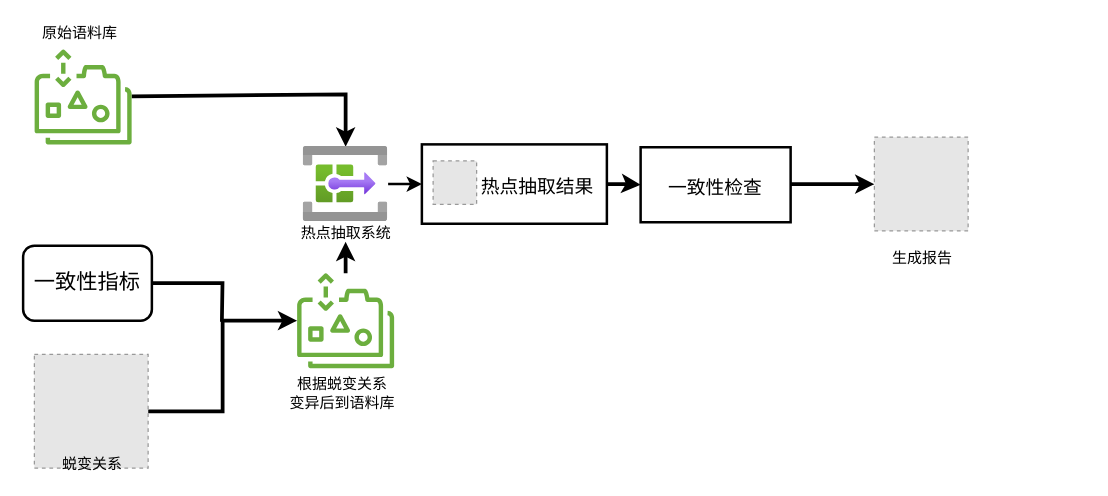
rookieLiu2018/weather keeps this draw.io diagram as Untitled Diagram.drawio. Above is the earlier version. Source tidied: cells renumbered, new cells numbered last; positions are measured from the earlier drawing's top-left corner, leaving out a move shared by most shapes. Both pictures are drawn from the tidied source at 125%, with x=0, y=0 at pixel (22, 21). Pictures stored in the file or linked from it are replaced by grey dashed boxes.
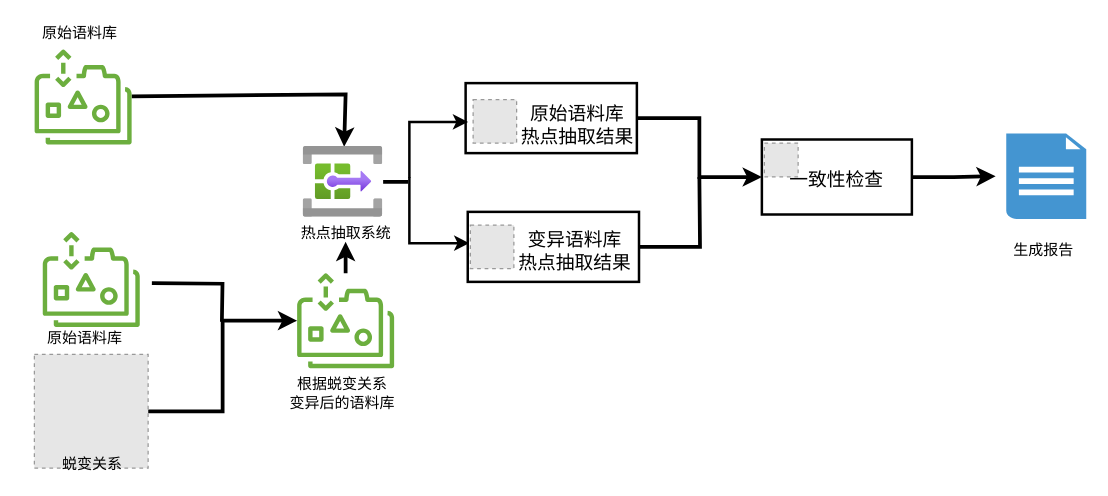
The same diagram, later.

Change to the diagram source:
```diff
@@
-    <mxCell id="8" style="edgeStyle=none;rounded=0;jettySize=auto;html=1;strokeColor=default;strokeWidth=2;" parent="1" edge="1" source="9" target="12">
-      <mxGeometry relative="1" as="geometry" />
-    </mxCell>
+    <mxCell id="24" style="edgeStyle=elbowEdgeStyle;rounded=0;jettySize=auto;elbow=vertical;html=1;startArrow=none;startFill=0;endArrow=none;endFill=0;strokeColor=default;strokeWidth=3;" parent="1" edge="1" source="9">
+      <mxGeometry relative="1" as="geometry">
+        <mxPoint x="308" y="128" as="targetPoint" />
+      </mxGeometry>
+    </mxCell>
     <mxCell id="9" style="html=1;points=[];align=center;image;fontSize=12;image=img/lib/azure2/integration/System_Topic.svg;strokeColor=default;strokeWidth=2;" parent="1" vertex="1">
-      <mxGeometry x="224" y="99.8" width="68" height="60" as="geometry" />
+      <mxGeometry x="224" y="99.8" width="64" height="56.5" as="geometry" />
     </mxCell>
@@
     <mxCell id="12" style="whiteSpace=wrap;html=1;verticalAlign=top;labelBackgroundColor=white;strokeColor=default;strokeWidth=2;" parent="1" vertex="1">
-      <mxGeometry x="319" y="98" width="148" height="63.5" as="geometry" />
+      <mxGeometry x="354" y="49" width="137" height="56" as="geometry" />
     </mxCell>
     <mxCell id="13" style="fillColor=#E6E6E6;strokeColor=#999999;dashed=1;html=1;verticalAlign=top;verticalLabelPosition=bottom;labelBackgroundColor=#ffffff;" parent="1" vertex="1">
-      <mxGeometry x="328" y="111.2" width="34.8" height="34.8" as="geometry" />
+      <mxGeometry x="360" y="62.2" width="34.8" height="34.8" as="geometry" />
     </mxCell>
-    <mxCell id="14" value="&lt;font style=&quot;font-size: 15px&quot;&gt;热点抽取结果&lt;/font&gt;" style="text;html=1;align=center;verticalAlign=middle;strokeColor=none;fillColor=none;strokeWidth=2;" parent="1" vertex="1">
-      <mxGeometry x="360.7" y="121.3" width="100" height="19" as="geometry" />
+    <mxCell id="14" value="&lt;font style=&quot;font-size: 15px&quot;&gt;原始语料库&lt;br&gt;热点抽取结果&lt;/font&gt;" style="text;html=1;align=center;verticalAlign=middle;strokeColor=none;fillColor=none;strokeWidth=2;" parent="1" vertex="1">
+      <mxGeometry x="392.7" y="65.3" width="100" height="34" as="geometry" />
     </mxCell>
-    <mxCell id="15" style="edgeStyle=orthogonalEdgeStyle;rounded=0;jettySize=auto;html=1;startArrow=none;startFill=0;endArrow=none;endFill=0;strokeColor=default;strokeWidth=3;" parent="1" edge="1" source="16">
+    <mxCell id="15" style="edgeStyle=orthogonalEdgeStyle;rounded=0;orthogonalLoop=1;jettySize=auto;html=1;startArrow=none;startFill=0;endArrow=none;endFill=0;strokeColor=default;strokeWidth=3;" parent="1" edge="1">
       <mxGeometry relative="1" as="geometry">
+        <mxPoint x="103" y="209" as="sourcePoint" />
         <mxPoint x="159" y="240" as="targetPoint" />
       </mxGeometry>
     </mxCell>
-    <mxCell id="16" value="&lt;font style=&quot;font-size: 17px&quot;&gt;一致性指标&lt;/font&gt;" style="rounded=1;whiteSpace=wrap;html=1;strokeColor=default;strokeWidth=2;" parent="1" vertex="1">
-      <mxGeometry y="179" width="103" height="60" as="geometry" />
-    </mxCell>
@@
-    <mxCell id="19" value="根据蜕变关系&lt;br&gt;变异后到语料库" style="text;html=1;align=center;verticalAlign=middle;strokeColor=none;fillColor=none;" parent="1" vertex="1">
+    <mxCell id="19" value="根据蜕变关系&lt;br&gt;变异后的语料库" style="text;html=1;align=center;verticalAlign=middle;strokeColor=none;fillColor=none;" parent="1" vertex="1">
       <mxGeometry x="208" y="281" width="94" height="32" as="geometry" />
     </mxCell>
     <mxCell id="20" style="edgeStyle=orthogonalEdgeStyle;rounded=0;jettySize=auto;html=1;startArrow=none;startFill=0;endArrow=classic;endFill=1;strokeColor=default;strokeWidth=3;" parent="1" edge="1" source="21">
       <mxGeometry relative="1" as="geometry">
-        <mxPoint x="681" y="129.8" as="targetPoint" />
+        <mxPoint x="778" y="123.5" as="targetPoint" />
       </mxGeometry>
     </mxCell>
     <mxCell id="21" value="&lt;div&gt;&lt;span style=&quot;font-size: 14px&quot;&gt;&lt;br&gt;&lt;/span&gt;&lt;/div&gt;&lt;div&gt;&lt;font style=&quot;font-size: 15px&quot;&gt;一致性检查&lt;/font&gt;&lt;br&gt;&lt;/div&gt;" style="whiteSpace=wrap;html=1;verticalAlign=top;strokeColor=default;strokeWidth=2;labelBackgroundColor=white;align=center;" parent="1" vertex="1">
-      <mxGeometry x="494" y="100.3" width="120" height="60" as="geometry" />
+      <mxGeometry x="591" y="94.1" width="120" height="60" as="geometry" />
     </mxCell>
-    <mxCell id="22" style="fillColor=#E6E6E6;strokeColor=#999999;dashed=1;html=1;verticalAlign=top;verticalLabelPosition=bottom;labelBackgroundColor=#ffffff;" parent="1" vertex="1">
-      <mxGeometry x="681" y="92.2" width="75" height="75" as="geometry" />
-    </mxCell>
     <mxCell id="23" value="生成报告" style="text;html=1;align=center;verticalAlign=middle;strokeColor=none;fillColor=none;" parent="1" vertex="1">
-      <mxGeometry x="689.5" y="180" width="58" height="18" as="geometry" />
+      <mxGeometry x="786.5" y="173.7" width="58" height="18" as="geometry" />
     </mxCell>
+    <mxCell id="25" style="shadow=0;dashed=0;html=1;strokeColor=none;fillColor=#4495D1;labelPosition=center;verticalLabelPosition=bottom;verticalAlign=top;align=center;shape=mxgraph.veeam.2d.report;" parent="1" vertex="1">
+      <mxGeometry x="786.5" y="89.2" width="64" height="68.5" as="geometry" />
+    </mxCell>
+    <mxCell id="26" style="sketch=0;fontColor=#232F3E;gradientColor=none;fillColor=#6CAE3E;strokeColor=default;dashed=0;verticalLabelPosition=bottom;verticalAlign=top;align=center;html=1;fontSize=12;fontStyle=0;shape=mxgraph.aws4.elastic_file_system_infrequent_access;strokeWidth=2;" parent="1" vertex="1">
+      <mxGeometry x="15.5" y="168" width="78" height="76" as="geometry" />
+    </mxCell>
+    <mxCell id="27" value="原始语料库" style="text;html=1;align=center;verticalAlign=middle;strokeColor=none;fillColor=none;strokeWidth=2;" parent="1" vertex="1">
+      <mxGeometry x="13.5" y="244" width="70" height="18" as="geometry" />
+    </mxCell>
+    <mxCell id="28" style="edgeStyle=elbowEdgeStyle;rounded=0;orthogonalLoop=1;jettySize=auto;html=1;strokeColor=default;strokeWidth=2;" parent="1" edge="1">
+      <mxGeometry relative="1" as="geometry">
+        <mxPoint x="309" y="124" as="sourcePoint" />
+        <mxPoint x="357" y="177" as="targetPoint" />
+        <Array as="points">
+          <mxPoint x="309" y="193.6" />
+        </Array>
+      </mxGeometry>
+    </mxCell>
+    <mxCell id="29" style="edgeStyle=elbowEdgeStyle;rounded=0;orthogonalLoop=1;jettySize=auto;html=1;strokeColor=default;strokeWidth=2;" parent="1" edge="1">
+      <mxGeometry relative="1" as="geometry">
+        <mxPoint x="309" y="124.6" as="sourcePoint" />
+        <mxPoint x="356" y="80" as="targetPoint" />
+        <Array as="points">
+          <mxPoint x="309" y="104.6" />
+        </Array>
+      </mxGeometry>
+    </mxCell>
+    <mxCell id="30" style="whiteSpace=wrap;html=1;verticalAlign=top;labelBackgroundColor=white;strokeColor=default;strokeWidth=2;" parent="1" vertex="1">
+      <mxGeometry x="355.7" y="152" width="137" height="56" as="geometry" />
+    </mxCell>
+    <mxCell id="31" style="fillColor=#E6E6E6;strokeColor=#999999;dashed=1;html=1;verticalAlign=top;verticalLabelPosition=bottom;labelBackgroundColor=#ffffff;" parent="1" vertex="1">
+      <mxGeometry x="357.8" y="162.6" width="34.8" height="34.8" as="geometry" />
+    </mxCell>
+    <mxCell id="32" value="&lt;font style=&quot;font-size: 15px&quot;&gt;变异语料库&lt;br&gt;热点抽取结果&lt;/font&gt;" style="text;html=1;align=center;verticalAlign=middle;strokeColor=none;fillColor=none;strokeWidth=2;" parent="1" vertex="1">
+      <mxGeometry x="390.5" y="165.7" width="100" height="34" as="geometry" />
+    </mxCell>
+    <mxCell id="33" style="edgeStyle=orthogonalEdgeStyle;rounded=0;jettySize=auto;html=1;startArrow=none;startFill=0;endArrow=none;endFill=0;strokeColor=default;strokeWidth=3;exitX=1;exitY=0.5;exitDx=0;exitDy=0;" parent="1" edge="1" source="30">
+      <mxGeometry relative="1" as="geometry">
+        <mxPoint x="541" y="124" as="targetPoint" />
+      </mxGeometry>
+    </mxCell>
+    <mxCell id="34" style="fillColor=#E6E6E6;strokeColor=#999999;dashed=1;html=1;verticalAlign=top;verticalLabelPosition=bottom;labelBackgroundColor=#ffffff;" parent="1" vertex="1">
+      <mxGeometry x="593" y="97" width="27" height="27" as="geometry" />
+    </mxCell>
```
